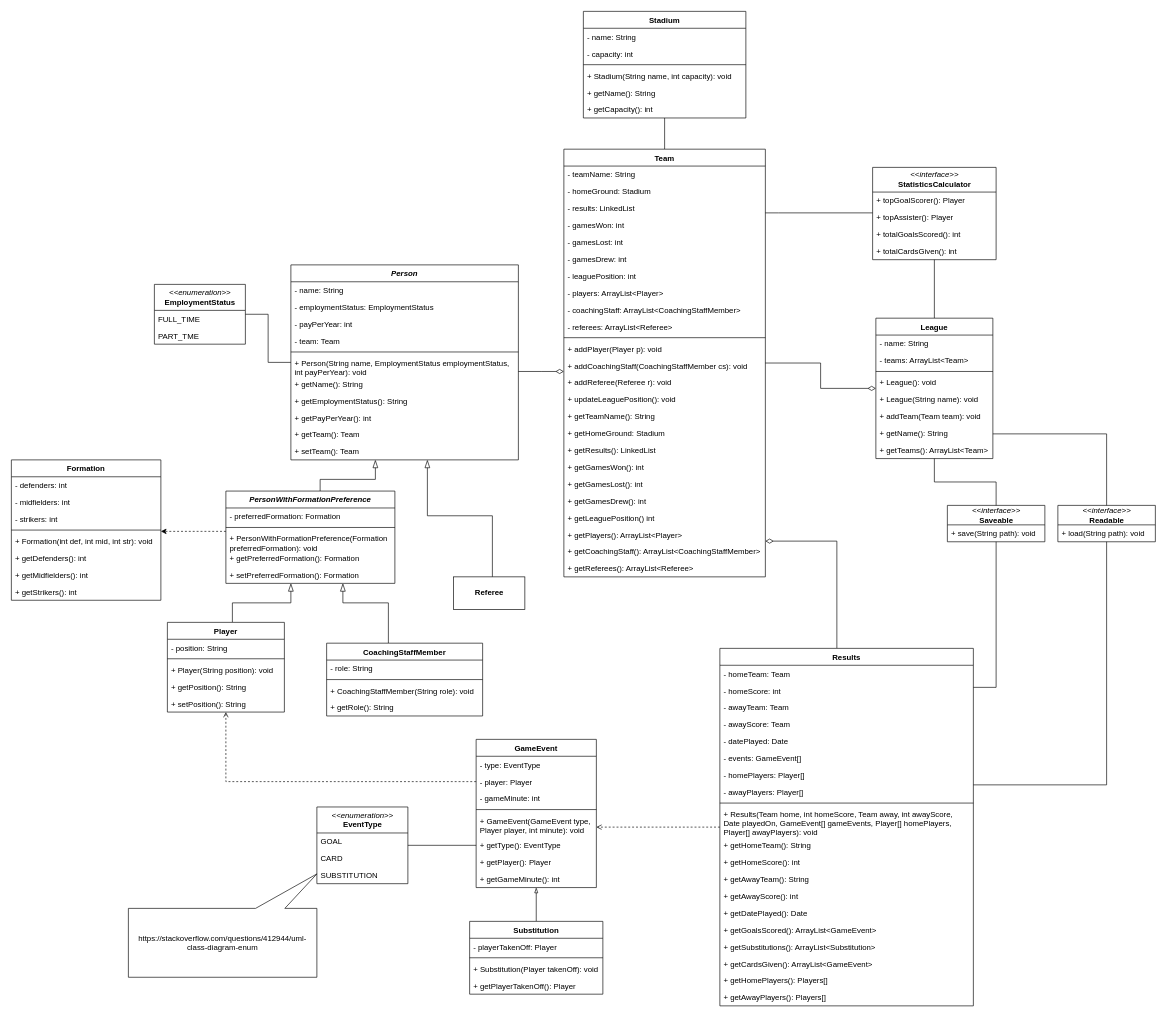
JackSmith00/FootballManager keeps this draw.io diagram as page "Detailed Class Diagram" (4 of 6) of Diagrams.drawio. Above is the earlier version. Source tidied: cells renumbered, new cells numbered last; positions are measured from the earlier drawing's top-left corner, leaving out a move shared by most shapes. Both pictures are drawn from the tidied source at 65%, with x=0, y=0 at pixel (11, 11).
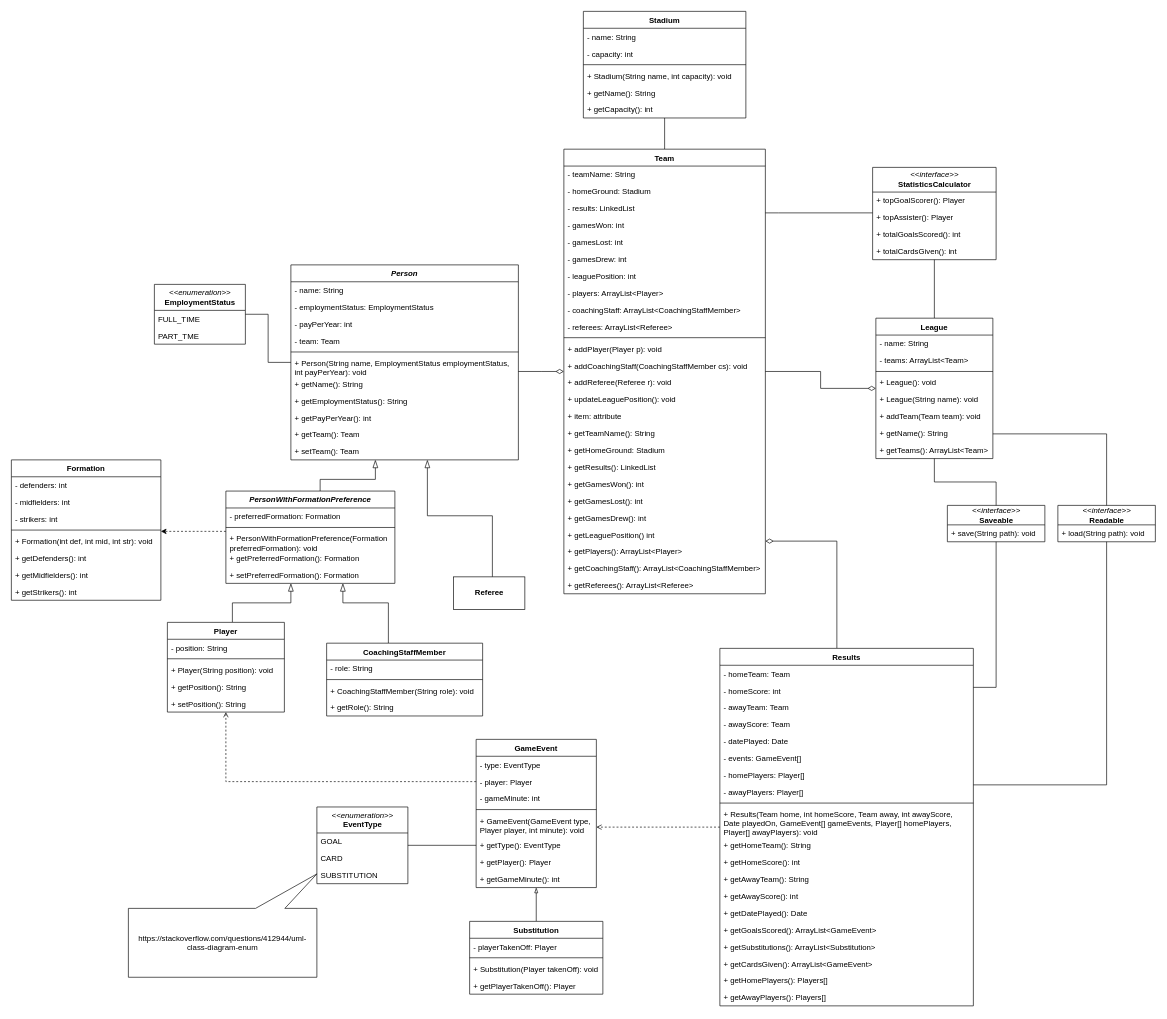
The same page after the edit.

The edit, as a diff of the source:
```diff
@@
     <mxCell id="23" value="Team" style="swimlane;fontStyle=1;align=center;verticalAlign=top;horizontal=1;startSize=26;" parent="1" vertex="1">
-      <mxGeometry x="850" y="212" width="310" height="658" as="geometry" />
+      <mxGeometry x="850" y="212" width="310" height="684" as="geometry" />
     </mxCell>
@@
+    <mxCell id="155" value="+ item: attribute" style="text;strokeColor=none;fillColor=none;align=left;verticalAlign=top;spacingLeft=4;spacingRight=4;overflow=hidden;" parent="23" vertex="1">
+      <mxGeometry y="398" width="310" height="26" as="geometry" />
+    </mxCell>
     <mxCell id="39" value="+ getTeamName(): String" style="text;strokeColor=none;fillColor=none;align=left;verticalAlign=top;spacingLeft=4;spacingRight=4;overflow=hidden;" parent="23" vertex="1">
-      <mxGeometry y="398" width="310" height="26" as="geometry" />
+      <mxGeometry y="424" width="310" height="26" as="geometry" />
     </mxCell>
     <mxCell id="40" value="+ getHomeGround: Stadium" style="text;strokeColor=none;fillColor=none;align=left;verticalAlign=top;spacingLeft=4;spacingRight=4;overflow=hidden;" parent="23" vertex="1">
-      <mxGeometry y="424" width="310" height="26" as="geometry" />
+      <mxGeometry y="450" width="310" height="26" as="geometry" />
     </mxCell>
     <mxCell id="41" value="+ getResults(): LinkedList" style="text;strokeColor=none;fillColor=none;align=left;verticalAlign=top;spacingLeft=4;spacingRight=4;overflow=hidden;" parent="23" vertex="1">
-      <mxGeometry y="450" width="310" height="26" as="geometry" />
+      <mxGeometry y="476" width="310" height="26" as="geometry" />
     </mxCell>
     <mxCell id="42" value="+ getGamesWon(): int" style="text;strokeColor=none;fillColor=none;align=left;verticalAlign=top;spacingLeft=4;spacingRight=4;overflow=hidden;" parent="23" vertex="1">
-      <mxGeometry y="476" width="310" height="26" as="geometry" />
+      <mxGeometry y="502" width="310" height="26" as="geometry" />
     </mxCell>
     <mxCell id="43" value="+ getGamesLost(): int" style="text;strokeColor=none;fillColor=none;align=left;verticalAlign=top;spacingLeft=4;spacingRight=4;overflow=hidden;" parent="23" vertex="1">
-      <mxGeometry y="502" width="310" height="26" as="geometry" />
+      <mxGeometry y="528" width="310" height="26" as="geometry" />
     </mxCell>
     <mxCell id="44" value="+ getGamesDrew(): int" style="text;strokeColor=none;fillColor=none;align=left;verticalAlign=top;spacingLeft=4;spacingRight=4;overflow=hidden;" parent="23" vertex="1">
-      <mxGeometry y="528" width="310" height="26" as="geometry" />
+      <mxGeometry y="554" width="310" height="26" as="geometry" />
     </mxCell>
     <mxCell id="45" value="+ getLeaguePosition() int" style="text;strokeColor=none;fillColor=none;align=left;verticalAlign=top;spacingLeft=4;spacingRight=4;overflow=hidden;" parent="23" vertex="1">
-      <mxGeometry y="554" width="310" height="26" as="geometry" />
+      <mxGeometry y="580" width="310" height="26" as="geometry" />
     </mxCell>
     <mxCell id="46" value="+ getPlayers(): ArrayList&lt;Player&gt;" style="text;strokeColor=none;fillColor=none;align=left;verticalAlign=top;spacingLeft=4;spacingRight=4;overflow=hidden;" parent="23" vertex="1">
-      <mxGeometry y="580" width="310" height="26" as="geometry" />
+      <mxGeometry y="606" width="310" height="26" as="geometry" />
     </mxCell>
     <mxCell id="47" value="+ getCoachingStaff(): ArrayList&lt;CoachingStaffMember&gt;" style="text;strokeColor=none;fillColor=none;align=left;verticalAlign=top;spacingLeft=4;spacingRight=4;overflow=hidden;" parent="23" vertex="1">
-      <mxGeometry y="606" width="310" height="26" as="geometry" />
+      <mxGeometry y="632" width="310" height="26" as="geometry" />
     </mxCell>
     <mxCell id="48" value="+ getReferees(): ArrayList&lt;Referee&gt;" style="text;strokeColor=none;fillColor=none;align=left;verticalAlign=top;spacingLeft=4;spacingRight=4;overflow=hidden;" parent="23" vertex="1">
-      <mxGeometry y="632" width="310" height="26" as="geometry" />
+      <mxGeometry y="658" width="310" height="26" as="geometry" />
     </mxCell>
```
